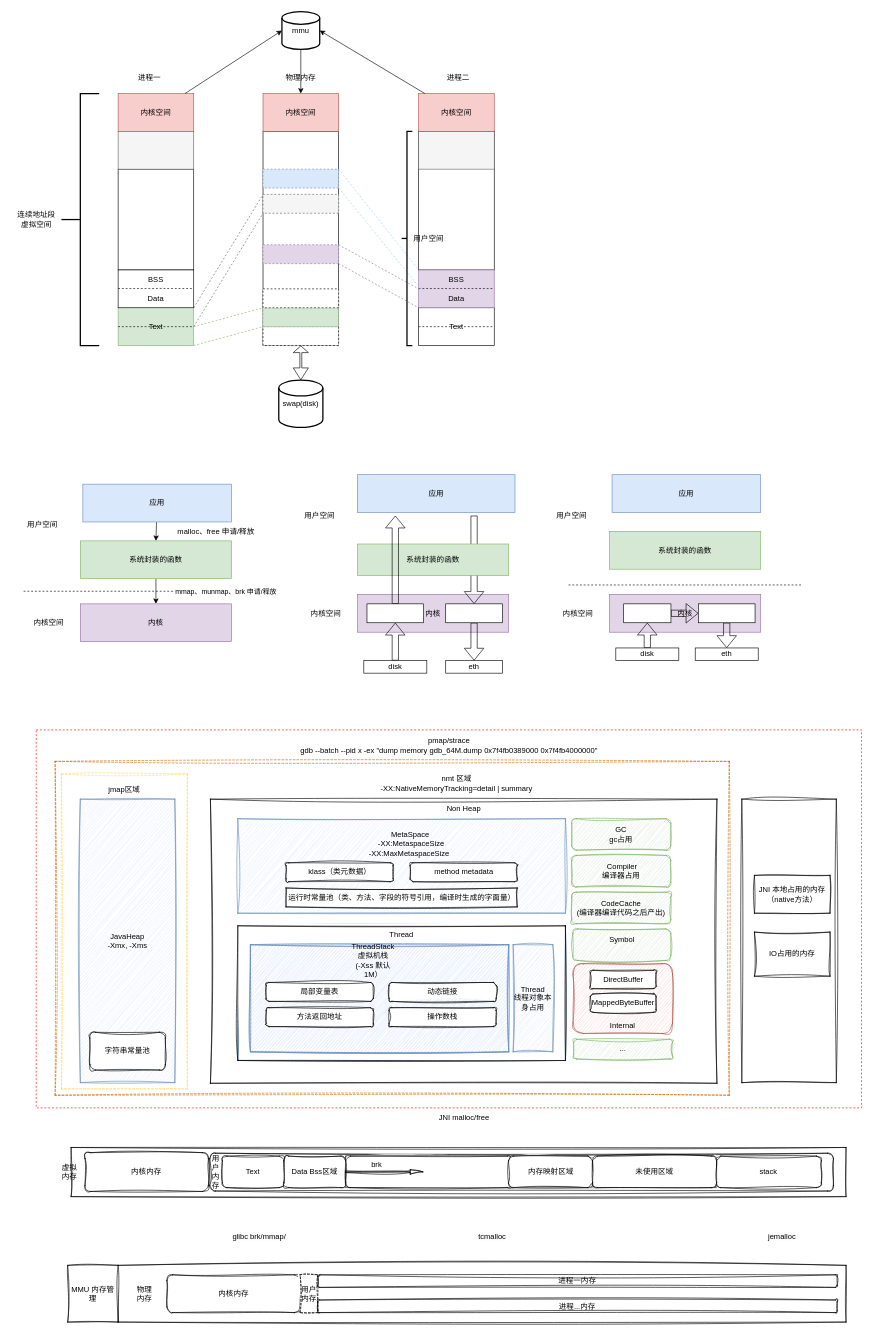
Before: java/linux内存管理.drawio in zhangwz-lib/drawio-image, a draw.io diagram. Source tidied: cells renumbered, new cells numbered last; positions are measured from the earlier drawing's top-left corner, leaving out a move shared by most shapes. Both pictures are drawn from the tidied source at 63%, with x=0, y=0 at pixel (11, 11).
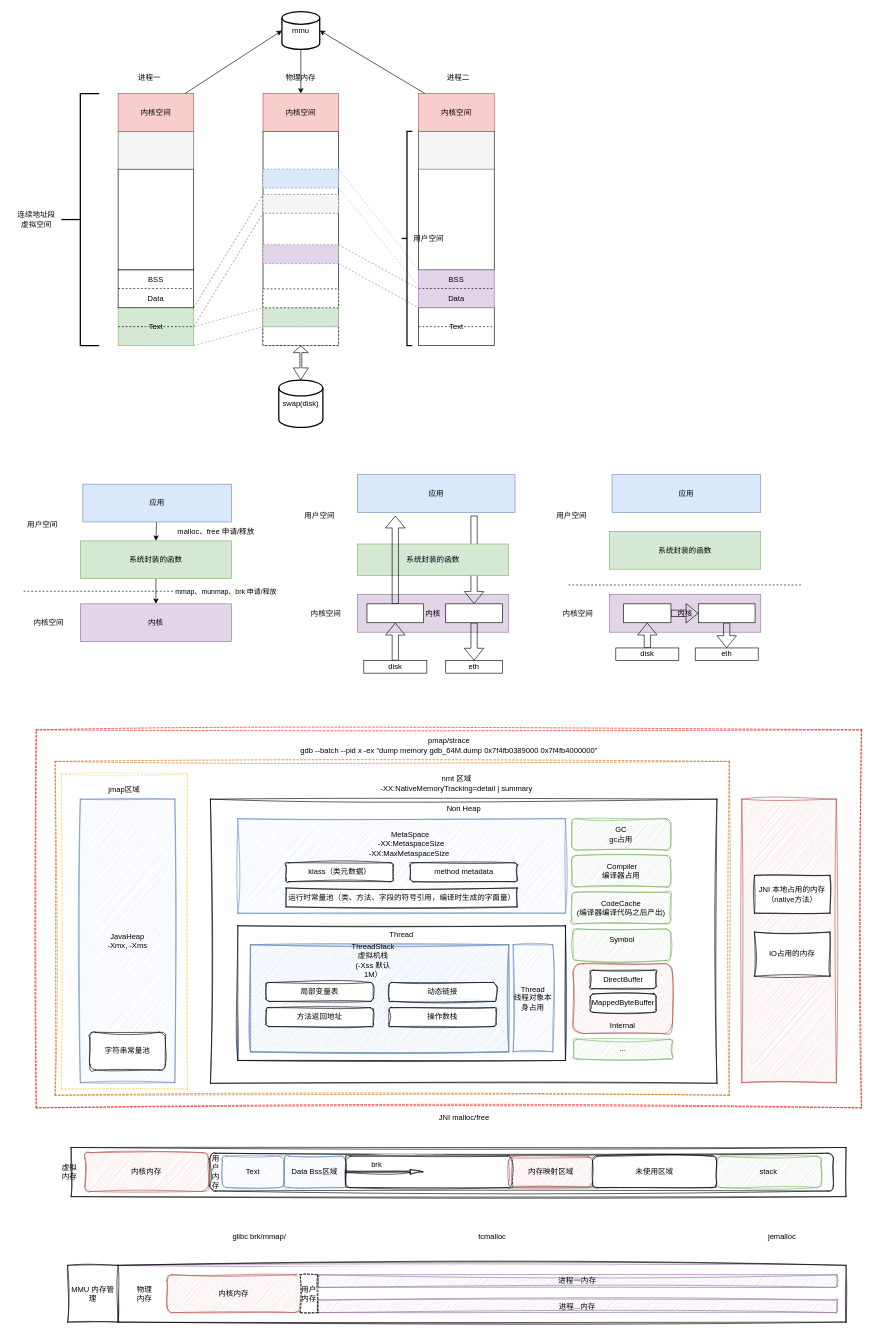
The same diagram, later.

Commit message (it also covers changes not shown here):
更新linux内存管理.drawio

Unchanged cells that the change refers to:
```xml
<mxCell id="121" style="group;rounded=1;sketch=1;curveFitting=1;jiggle=2;" parent="1" vertex="1">
  <mxGeometry x="100" y="1830" width="1280.7" height="250" as="geometry" />
</mxCell>
```

The edit, as a diff of the source:
```diff
@@
-    <mxCell id="2" style="rounded=0;whiteSpace=wrap;html=1;dashed=1;strokeColor=#FF0000;" parent="1" vertex="1">
+    <mxCell id="2" style="rounded=0;whiteSpace=wrap;html=1;dashed=1;strokeColor=#FF0000;sketch=1;curveFitting=1;jiggle=2;" parent="1" vertex="1">
       <mxGeometry x="40" y="1140" width="1310" height="600" as="geometry" />
     </mxCell>
@@
-    <mxCell id="87" style="rounded=0;whiteSpace=wrap;html=1;sketch=1;curveFitting=1;jiggle=2;" parent="1" vertex="1">
+    <mxCell id="87" style="rounded=0;whiteSpace=wrap;html=1;sketch=1;curveFitting=1;jiggle=2;fillColor=#f8cecc;strokeColor=#b85450;" parent="1" vertex="1">
       <mxGeometry x="1160" y="1250" width="150" height="450" as="geometry" />
     </mxCell>
@@
-    <mxCell id="122" style="group;sketch=1;curveFitting=1;jiggle=2;" parent="121" vertex="1">
+    <mxCell id="122" style="group;sketch=1;curveFitting=1;jiggle=2;fillColor=#e1d5e7;strokeColor=#9673a6;" parent="121" vertex="1">
       <mxGeometry x="70" y="160" width="1155.4" height="90" as="geometry" />
     </mxCell>
@@
-    <mxCell id="124" value="内核内存" style="rounded=1;whiteSpace=wrap;html=1;sketch=1;curveFitting=1;jiggle=2;" parent="122" vertex="1">
+    <mxCell id="124" value="内核内存" style="rounded=1;whiteSpace=wrap;html=1;sketch=1;curveFitting=1;jiggle=2;fillColor=#f8cecc;strokeColor=#b85450;" parent="122" vertex="1">
       <mxGeometry x="77.5" y="15" width="211.4" height="60" as="geometry" />
     </mxCell>
-    <mxCell id="125" value="进程一内存" style="rounded=1;whiteSpace=wrap;html=1;sketch=1;curveFitting=1;jiggle=2;" parent="122" vertex="1">
+    <mxCell id="125" value="进程一内存" style="rounded=1;whiteSpace=wrap;html=1;sketch=1;curveFitting=1;jiggle=2;fillColor=#e1d5e7;strokeColor=#9673a6;" parent="122" vertex="1">
       <mxGeometry x="317" y="15" width="824.3" height="20" as="geometry" />
     </mxCell>
-    <mxCell id="126" value="进程...内存" style="rounded=1;whiteSpace=wrap;html=1;glass=0;sketch=1;curveFitting=1;jiggle=2;" parent="122" vertex="1">
+    <mxCell id="126" value="进程...内存" style="rounded=1;whiteSpace=wrap;html=1;glass=0;sketch=1;curveFitting=1;jiggle=2;fillColor=#e1d5e7;strokeColor=#9673a6;" parent="122" vertex="1">
       <mxGeometry x="317" y="55" width="824.3" height="20" as="geometry" />
     </mxCell>
@@
-    <mxCell id="135" value="内核内存" style="rounded=1;whiteSpace=wrap;html=1;sketch=1;curveFitting=1;jiggle=2;" parent="121" vertex="1">
+    <mxCell id="135" value="内核内存" style="rounded=1;whiteSpace=wrap;html=1;sketch=1;curveFitting=1;jiggle=2;fillColor=#f8cecc;strokeColor=#b85450;" parent="121" vertex="1">
       <mxGeometry x="17.4" y="-18.9" width="195.9" height="61.6" as="geometry" />
     </mxCell>
@@
-    <mxCell id="138" value="Text" style="rounded=1;whiteSpace=wrap;html=1;sketch=1;curveFitting=1;jiggle=2;" parent="121" vertex="1">
+    <mxCell id="138" value="Text" style="rounded=1;whiteSpace=wrap;html=1;sketch=1;curveFitting=1;jiggle=2;fillColor=#dae8fc;strokeColor=#6c8ebf;" parent="121" vertex="1">
       <mxGeometry x="235.4" y="-13.4" width="97.9" height="50" as="geometry" />
     </mxCell>
-    <mxCell id="139" value="Data Bss区域" style="rounded=1;whiteSpace=wrap;html=1;sketch=1;curveFitting=1;jiggle=2;" parent="121" vertex="1">
+    <mxCell id="139" value="Data Bss区域" style="rounded=1;whiteSpace=wrap;html=1;sketch=1;curveFitting=1;jiggle=2;fillColor=#dae8fc;strokeColor=#6c8ebf;" parent="121" vertex="1">
       <mxGeometry x="333.3" y="-13.4" width="97.9" height="50" as="geometry" />
     </mxCell>
-    <mxCell id="140" value="stack" style="rounded=1;whiteSpace=wrap;html=1;sketch=1;curveFitting=1;jiggle=2;" parent="121" vertex="1">
+    <mxCell id="140" value="stack" style="rounded=1;whiteSpace=wrap;html=1;sketch=1;curveFitting=1;jiggle=2;fillColor=#d5e8d4;strokeColor=#82b366;" parent="121" vertex="1">
       <mxGeometry x="1019" y="-13.4" width="167.2" height="50" as="geometry" />
     </mxCell>
@@
-    <mxCell id="143" value="内存映射区域" style="rounded=1;whiteSpace=wrap;html=1;sketch=1;curveFitting=1;jiggle=2;" parent="121" vertex="1">
+    <mxCell id="143" value="内存映射区域" style="rounded=1;whiteSpace=wrap;html=1;sketch=1;curveFitting=1;jiggle=2;fillColor=#f8cecc;strokeColor=#b85450;" parent="121" vertex="1">
       <mxGeometry x="689.6" y="-13.4" width="133.5" height="50" as="geometry" />
     </mxCell>
```
